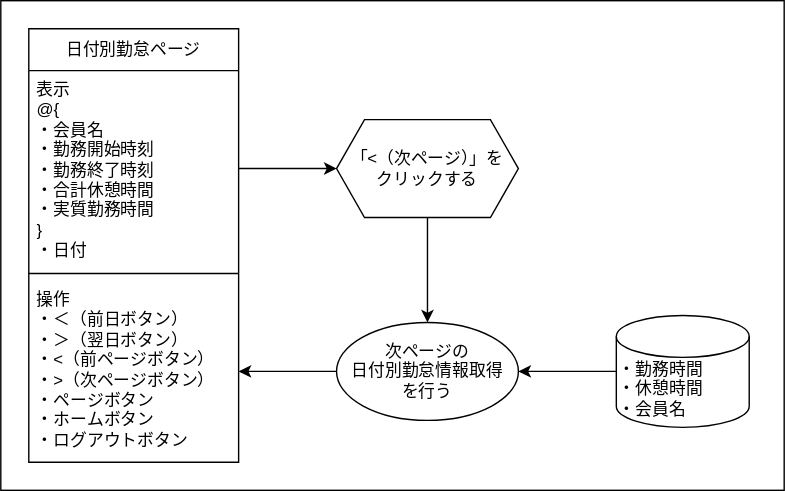
The draw.io diagram doc/画面遷移図/日付別勤怠ページ/次ページ.drawio.svg in ryamao/atte, before a commit. Source tidied: cells renumbered, new cells last; positions are measured from the earlier drawing's top-left corner, leaving out a move shared by most shapes.
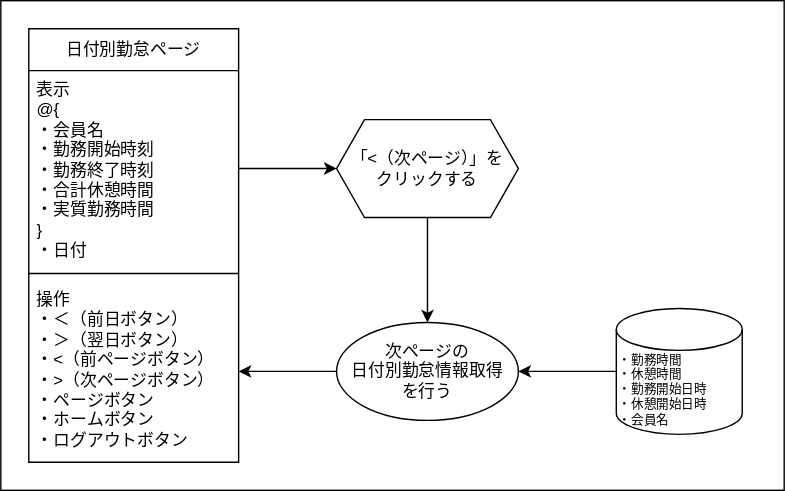
Later version of the same file.

What changed in the source:
```diff
@@ -32,11 +32,11 @@
     <mxCell id="11" style="edgeStyle=none;html=1;exitX=1;exitY=0.5;exitDx=0;exitDy=0;entryX=0;entryY=0.5;entryDx=0;entryDy=0;" parent="1" edge="1" source="4" target="8">
       <mxGeometry relative="1" as="geometry" />
     </mxCell>
-    <mxCell id="12" style="edgeStyle=none;html=1;exitX=0;exitY=0.5;exitDx=0;exitDy=0;exitPerimeter=0;entryX=1;entryY=0.5;entryDx=0;entryDy=0;" parent="1" edge="1" source="13" target="10">
+    <mxCell id="12" style="edgeStyle=none;html=1;exitX=0;exitY=0.5;exitDx=0;exitDy=0;exitPerimeter=0;entryX=1;entryY=0.5;entryDx=0;entryDy=0;" parent="1" edge="1" source="14" target="10">
       <mxGeometry relative="1" as="geometry" />
     </mxCell>
-    <mxCell id="13" value="　・勤務時間&lt;br&gt;　・休憩時間&lt;br&gt;　・会員名" style="shape=cylinder3;html=1;boundedLbl=1;backgroundOutline=1;size=15;align=left;" parent="1" vertex="1">
-      <mxGeometry x="440" y="225" width="95" height="80" as="geometry" />
-    </mxCell>
+    <mxCell id="14" value="・勤務時間&lt;br style=&quot;font-size: 9px;&quot;&gt;・休憩時間&lt;br style=&quot;font-size: 9px;&quot;&gt;・勤務開始日時&lt;br style=&quot;font-size: 9px;&quot;&gt;・休憩開始日時&lt;br style=&quot;font-size: 9px;&quot;&gt;・会員名" style="shape=cylinder3;html=1;boundedLbl=1;backgroundOutline=1;size=15;align=left;fontSize=9;" parent="1" vertex="1">
+      <mxGeometry x="440" y="220" width="90" height="90" as="geometry" />
+    </mxCell>
   </root>
 </mxGraphModel>
```
